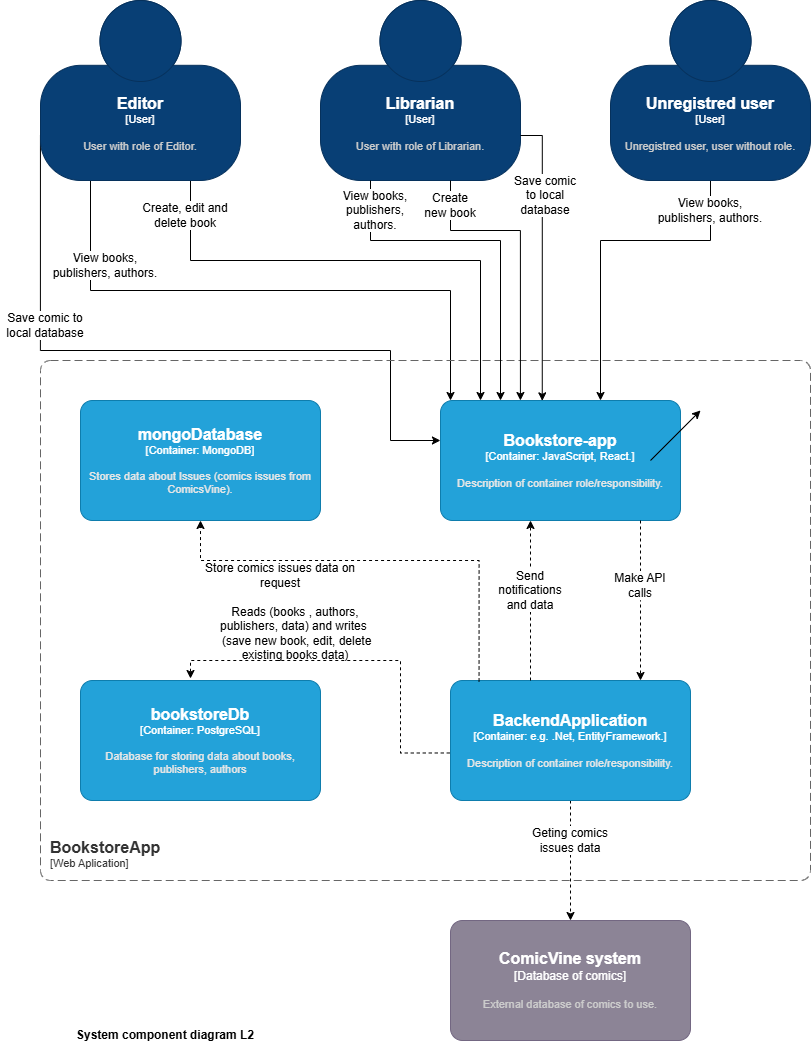
dejanjovelic/bookstore-assignment-backend keeps this draw.io diagram as BookstoreApplication/docs/BookstoreApp-L2.png. Above is the earlier version. Source tidied: cells renumbered, new cells last; positions are measured from the earlier drawing's top-left corner, leaving out a move shared by most shapes. Its diagram source:
```xml
<mxGraphModel>
  <root>
    <mxCell id="0" />
    <mxCell id="1" parent="0" />
    <mxCell id="2" style="edgeStyle=orthogonalEdgeStyle;rounded=0;jettySize=auto;html=1;exitX=0.25;exitY=1;exitDx=0;exitDy=0;exitPerimeter=0;" parent="1" edge="1" source="5">
      <mxGeometry relative="1" as="geometry">
        <mxPoint x="450" y="400" as="targetPoint" />
      </mxGeometry>
    </mxCell>
    <mxCell id="3" style="edgeStyle=orthogonalEdgeStyle;rounded=0;jettySize=auto;html=1;exitX=0.75;exitY=1;exitDx=0;exitDy=0;exitPerimeter=0;" parent="1" edge="1" source="5">
      <mxGeometry relative="1" as="geometry">
        <mxPoint x="480" y="400" as="targetPoint" />
        <Array as="points">
          <mxPoint x="190" y="260" />
          <mxPoint x="480" y="260" />
        </Array>
      </mxGeometry>
    </mxCell>
    <mxCell id="4" style="edgeStyle=orthogonalEdgeStyle;rounded=0;orthogonalLoop=1;jettySize=auto;html=1;exitX=0;exitY=0.75;exitDx=0;exitDy=0;exitPerimeter=0;" parent="1" edge="1">
      <mxGeometry relative="1" as="geometry">
        <mxPoint x="39.9" y="135" as="sourcePoint" />
        <mxPoint x="439.9" y="440" as="targetPoint" />
        <Array as="points">
          <mxPoint x="40" y="350" />
          <mxPoint x="390" y="350" />
          <mxPoint x="390" y="440" />
        </Array>
      </mxGeometry>
    </mxCell>
    <object id="5" label="&lt;font style=&quot;font-size: 16px&quot;&gt;&lt;b&gt;%c4Name%&lt;/b&gt;&lt;/font&gt;&lt;div&gt;[%c4Type%]&lt;/div&gt;&lt;br&gt;&lt;div&gt;&lt;font style=&quot;font-size: 11px&quot;&gt;&lt;font color=&quot;#cccccc&quot;&gt;%c4Description%&lt;/font&gt;&lt;/div&gt;" c4Description="User with role of Editor." c4Name="Editor" c4Type="User" placeholders="1">
      <mxCell style="html=1;fontSize=11;dashed=0;whiteSpace=wrap;fillColor=#083F75;strokeColor=#06315C;fontColor=#ffffff;shape=mxgraph.c4.person2;align=center;points=[[0.5,0,0],[1,0.5,0],[1,0.75,0],[0.75,1,0],[0.5,1,0],[0.25,1,0],[0,0.75,0],[0,0.5,0]];" parent="1" vertex="1">
        <mxGeometry x="40" width="200" height="180" as="geometry" />
      </mxCell>
    </object>
    <object id="6" label="&lt;font style=&quot;font-size: 16px&quot;&gt;&lt;b&gt;%c4Name%&lt;/b&gt;&lt;/font&gt;&lt;div&gt;[%c4Type%]&lt;/div&gt;&lt;br&gt;&lt;div&gt;&lt;font style=&quot;font-size: 11px&quot;&gt;&lt;font color=&quot;#cccccc&quot;&gt;%c4Description%&lt;/font&gt;&lt;/div&gt;" c4Description="User with role of Librarian." c4Name="Librarian" c4Type="User" placeholders="1">
      <mxCell style="html=1;fontSize=11;dashed=0;whiteSpace=wrap;fillColor=#083F75;strokeColor=#06315C;fontColor=#ffffff;shape=mxgraph.c4.person2;align=center;points=[[0.5,0,0],[1,0.5,0],[1,0.75,0],[0.75,1,0],[0.5,1,0],[0.25,1,0],[0,0.75,0],[0,0.5,0]];" parent="1" vertex="1">
        <mxGeometry x="320" width="200" height="180" as="geometry" />
      </mxCell>
    </object>
    <mxCell id="7" style="edgeStyle=orthogonalEdgeStyle;rounded=0;jettySize=auto;html=1;exitX=0.5;exitY=1;exitDx=0;exitDy=0;exitPerimeter=0;" parent="1" edge="1" source="8">
      <mxGeometry relative="1" as="geometry">
        <mxPoint x="600" y="400" as="targetPoint" />
        <Array as="points">
          <mxPoint x="710" y="240" />
          <mxPoint x="600" y="240" />
        </Array>
      </mxGeometry>
    </mxCell>
    <object id="8" label="&lt;font style=&quot;font-size: 16px&quot;&gt;&lt;b&gt;%c4Name%&lt;/b&gt;&lt;/font&gt;&lt;div&gt;[%c4Type%]&lt;/div&gt;&lt;br&gt;&lt;div&gt;&lt;font style=&quot;font-size: 11px&quot;&gt;&lt;font color=&quot;#cccccc&quot;&gt;%c4Description%&lt;/font&gt;&lt;/div&gt;" c4Description="Unregistred user, user without role." c4Name="Unregistred user" c4Type="User" placeholders="1">
      <mxCell style="html=1;fontSize=11;dashed=0;whiteSpace=wrap;fillColor=#083F75;strokeColor=#06315C;fontColor=#ffffff;shape=mxgraph.c4.person2;align=center;points=[[0.5,0,0],[1,0.5,0],[1,0.75,0],[0.75,1,0],[0.5,1,0],[0.25,1,0],[0,0.75,0],[0,0.5,0]];" parent="1" vertex="1">
        <mxGeometry x="610" width="200" height="180" as="geometry" />
      </mxCell>
    </object>
    <object id="9" label="&lt;font style=&quot;font-size: 16px&quot;&gt;&lt;b&gt;%c4Name%&lt;/b&gt;&lt;/font&gt;&lt;div&gt;[%c4Type%]&lt;/div&gt;&lt;br&gt;&lt;div&gt;&lt;font style=&quot;font-size: 11px&quot;&gt;&lt;font color=&quot;#cccccc&quot;&gt;%c4Description%&lt;/font&gt;&lt;/div&gt;" c4Description="External database of comics to use." c4Name="ComicVine system" c4Type="Database of comics" placeholders="1">
      <mxCell style="rounded=1;whiteSpace=wrap;html=1;labelBackgroundColor=none;fillColor=#8C8496;fontColor=#ffffff;align=center;arcSize=10;strokeColor=#736782;points=[[0.25,0,0],[0.5,0,0],[0.75,0,0],[1,0.25,0],[1,0.5,0],[1,0.75,0],[0.75,1,0],[0.5,1,0],[0.25,1,0],[0,0.75,0],[0,0.5,0],[0,0.25,0]];" parent="1" vertex="1">
        <mxGeometry x="450" y="920" width="240" height="120" as="geometry" />
      </mxCell>
    </object>
    <mxCell id="10" style="endArrow=classic;html=1;rounded=0;dashed=1;entryX=0.5;entryY=0;entryDx=0;entryDy=0;entryPerimeter=0;" parent="1" edge="1" source="13" target="9">
      <mxGeometry relative="1" as="geometry" />
    </mxCell>
    <mxCell id="11" value="&lt;b&gt;System component diagram L2&lt;/b&gt;" style="text;html=1;whiteSpace=wrap;strokeColor=none;fillColor=none;align=center;verticalAlign=middle;rounded=0;" parent="1" vertex="1">
      <mxGeometry x="20" y="1020" width="290" height="30" as="geometry" />
    </mxCell>
    <object id="12" label="&lt;font style=&quot;font-size: 16px&quot;&gt;&lt;b&gt;&lt;div style=&quot;text-align: left&quot;&gt;%c4Name%&lt;/div&gt;&lt;/b&gt;&lt;/font&gt;&lt;div style=&quot;text-align: left&quot;&gt;[%c4Application%]&lt;/div&gt;" c4Application="Web Aplication" c4Name="BookstoreApp" c4Type="L2 diagram" placeholders="1">
      <mxCell style="rounded=1;fontSize=11;whiteSpace=wrap;html=1;dashed=1;arcSize=20;fillColor=none;strokeColor=#666666;fontColor=#333333;labelBackgroundColor=none;align=left;verticalAlign=bottom;labelBorderColor=none;spacingTop=0;spacing=10;dashPattern=8 4;perimeter=rectanglePerimeter;noLabel=0;labelPadding=0;absoluteArcSize=1;" parent="1" vertex="1">
        <mxGeometry x="40" y="360" width="770" height="520" as="geometry" />
      </mxCell>
    </object>
    <object id="13" label="&lt;font style=&quot;font-size: 16px&quot;&gt;&lt;b&gt;%c4Name%&lt;/b&gt;&lt;/font&gt;&lt;div&gt;[%c4Type%: %c4Technology%]&lt;/div&gt;&lt;br&gt;&lt;div&gt;&lt;font style=&quot;font-size: 11px&quot;&gt;&lt;font color=&quot;#E6E6E6&quot;&gt;%c4Description%&lt;/font&gt;&lt;/div&gt;" c4Description="Description of container role/responsibility." c4Name="BackendApplication" c4Technology="e.g. .Net, EntityFramework." c4Type="Container" placeholders="1">
      <mxCell style="rounded=1;whiteSpace=wrap;html=1;fontSize=11;labelBackgroundColor=none;fillColor=#23A2D9;fontColor=#ffffff;align=center;arcSize=10;strokeColor=#0E7DAD;points=[[0.25,0,0],[0.5,0,0],[0.75,0,0],[1,0.25,0],[1,0.5,0],[1,0.75,0],[0.75,1,0],[0.5,1,0],[0.25,1,0],[0,0.75,0],[0,0.5,0],[0,0.25,0]];" parent="1" vertex="1">
        <mxGeometry x="450" y="680" width="240" height="120" as="geometry" />
      </mxCell>
    </object>
    <object id="14" label="&lt;font style=&quot;font-size: 16px&quot;&gt;&lt;b&gt;%c4Name%&lt;/b&gt;&lt;/font&gt;&lt;div&gt;[%c4Type%: %c4Technology%]&lt;/div&gt;&lt;br&gt;&lt;div&gt;&lt;font style=&quot;font-size: 11px&quot;&gt;&lt;font color=&quot;#E6E6E6&quot;&gt;%c4Description%&lt;/font&gt;&lt;/div&gt;" c4Description="Stores data about Issues (comics issues from ComicsVine)." c4Name="mongoDatabase" c4Technology="MongoDB" c4Type="Container" placeholders="1">
      <mxCell style="rounded=1;whiteSpace=wrap;html=1;fontSize=11;labelBackgroundColor=none;fillColor=#23A2D9;fontColor=#ffffff;align=center;arcSize=10;strokeColor=#0E7DAD;points=[[0.25,0,0],[0.5,0,0],[0.75,0,0],[1,0.25,0],[1,0.5,0],[1,0.75,0],[0.75,1,0],[0.5,1,0],[0.25,1,0],[0,0.75,0],[0,0.5,0],[0,0.25,0]];" parent="1" vertex="1">
        <mxGeometry x="80" y="400" width="240" height="120" as="geometry" />
      </mxCell>
    </object>
    <mxCell id="15" style="edgeStyle=orthogonalEdgeStyle;rounded=0;jettySize=auto;html=1;entryX=0.5;entryY=1;entryDx=0;entryDy=0;entryPerimeter=0;exitX=0.119;exitY=0.008;exitDx=0;exitDy=0;exitPerimeter=0;dashed=1;" parent="1" edge="1" source="13" target="14">
      <mxGeometry relative="1" as="geometry">
        <Array as="points">
          <mxPoint x="479" y="560" />
          <mxPoint x="200" y="560" />
        </Array>
      </mxGeometry>
    </mxCell>
    <mxCell id="16" style="edgeStyle=orthogonalEdgeStyle;rounded=0;jettySize=auto;html=1;entryX=0.009;entryY=0.596;entryDx=0;entryDy=0;entryPerimeter=0;exitX=-0.003;exitY=0.604;exitDx=0;exitDy=0;exitPerimeter=0;dashed=1;" parent="1" edge="1" source="13">
      <mxGeometry relative="1" as="geometry">
        <mxPoint x="190" y="678" as="targetPoint" />
        <Array as="points">
          <mxPoint x="400" y="752" />
          <mxPoint x="400" y="660" />
          <mxPoint x="190" y="660" />
        </Array>
      </mxGeometry>
    </mxCell>
    <object id="17" label="&lt;font style=&quot;font-size: 16px&quot;&gt;&lt;b&gt;%c4Name%&lt;/b&gt;&lt;/font&gt;&lt;div&gt;[%c4Type%: %c4Technology%]&lt;/div&gt;&lt;br&gt;&lt;div&gt;&lt;font style=&quot;font-size: 11px&quot;&gt;&lt;font color=&quot;#E6E6E6&quot;&gt;%c4Description%&lt;/font&gt;&lt;/div&gt;" c4Description="Database for storing data about books, publishers, authors " c4Name="bookstoreDb" c4Technology="PostgreSQL" c4Type="Container" placeholders="1">
      <mxCell style="rounded=1;whiteSpace=wrap;html=1;fontSize=11;labelBackgroundColor=none;fillColor=#23A2D9;fontColor=#ffffff;align=center;arcSize=10;strokeColor=#0E7DAD;" parent="1" vertex="1">
        <mxGeometry x="80" y="680" width="240" height="120" as="geometry" />
      </mxCell>
    </object>
    <object id="18" label="&lt;font style=&quot;font-size: 16px&quot;&gt;&lt;b&gt;%c4Name%&lt;/b&gt;&lt;/font&gt;&lt;div&gt;[%c4Type%: %c4Technology%]&lt;/div&gt;&lt;br&gt;&lt;div&gt;&lt;font style=&quot;font-size: 11px&quot;&gt;&lt;font color=&quot;#E6E6E6&quot;&gt;%c4Description%&lt;/font&gt;&lt;/div&gt;" c4Description="Description of container role/responsibility." c4Name="Bookstore-app" c4Technology="JavaScript, React." c4Type="Container" placeholders="1">
      <mxCell style="rounded=1;whiteSpace=wrap;html=1;fontSize=11;labelBackgroundColor=none;fillColor=#23A2D9;fontColor=#ffffff;align=center;arcSize=10;strokeColor=#0E7DAD;points=[[0.25,0,0],[0.5,0,0],[0.75,0,0],[1,0.25,0],[1,0.5,0],[1,0.75,0],[0.75,1,0],[0.5,1,0],[0.25,1,0],[0,0.75,0],[0,0.5,0],[0,0.25,0]];" parent="1" vertex="1">
        <mxGeometry x="440" y="400" width="240" height="120" as="geometry" />
      </mxCell>
    </object>
    <mxCell id="19" value="Store comics issues data on request" style="text;html=1;whiteSpace=wrap;strokeColor=none;fillColor=none;align=center;verticalAlign=middle;rounded=0;" parent="1" vertex="1">
      <mxGeometry x="200" y="560" width="160" height="30" as="geometry" />
    </mxCell>
    <mxCell id="20" value="Reads (books , authors, publishers, data) and writes&amp;nbsp;&lt;div&gt;&amp;nbsp;(save new book, edit, delete existing books data)&lt;/div&gt;" style="text;html=1;whiteSpace=wrap;strokeColor=none;fillColor=none;align=center;verticalAlign=middle;rounded=0;" parent="1" vertex="1">
      <mxGeometry x="200" y="605" width="190" height="55" as="geometry" />
    </mxCell>
    <mxCell id="21" value="Geting comics issues data" style="text;html=1;whiteSpace=wrap;strokeColor=none;fillColor=none;align=center;verticalAlign=middle;rounded=0;labelBackgroundColor=default;" parent="1" vertex="1">
      <mxGeometry x="520" y="820" width="100" height="40" as="geometry" />
    </mxCell>
    <mxCell id="22" style="endArrow=classic;html=1;rounded=0;" parent="1" edge="1">
      <mxGeometry relative="1" as="geometry">
        <mxPoint x="650" y="460" as="sourcePoint" />
        <mxPoint x="700" y="410" as="targetPoint" />
      </mxGeometry>
    </mxCell>
    <mxCell id="23" style="edgeStyle=orthogonalEdgeStyle;rounded=0;orthogonalLoop=1;jettySize=auto;html=1;" parent="1" edge="1">
      <mxGeometry relative="1" as="geometry">
        <mxPoint x="370" y="180" as="sourcePoint" />
        <mxPoint x="500" y="400" as="targetPoint" />
        <Array as="points">
          <mxPoint x="370" y="240" />
          <mxPoint x="500" y="240" />
          <mxPoint x="500" y="400" />
        </Array>
      </mxGeometry>
    </mxCell>
    <mxCell id="24" value="View books, publishers, authors." style="text;html=1;whiteSpace=wrap;align=center;verticalAlign=middle;rounded=0;labelBackgroundColor=default;" parent="1" vertex="1">
      <mxGeometry x="655" y="190" width="110" height="40" as="geometry" />
    </mxCell>
    <mxCell id="25" value="View books, publishers, authors." style="text;html=1;whiteSpace=wrap;align=center;verticalAlign=middle;rounded=0;labelBackgroundColor=default;" parent="1" vertex="1">
      <mxGeometry x="340" y="190" width="70" height="40" as="geometry" />
    </mxCell>
    <mxCell id="26" style="edgeStyle=orthogonalEdgeStyle;rounded=0;jettySize=auto;html=1;entryX=0.333;entryY=0;entryDx=0;entryDy=0;entryPerimeter=0;" parent="1" edge="1" source="6" target="18">
      <mxGeometry relative="1" as="geometry">
        <Array as="points">
          <mxPoint x="450" y="230" />
          <mxPoint x="520" y="230" />
        </Array>
      </mxGeometry>
    </mxCell>
    <mxCell id="27" style="endArrow=classic;html=1;rounded=0;dashed=1;" parent="1" edge="1">
      <mxGeometry relative="1" as="geometry">
        <mxPoint x="640" y="520" as="sourcePoint" />
        <mxPoint x="640" y="680" as="targetPoint" />
        <Array as="points">
          <mxPoint x="640" y="600" />
        </Array>
      </mxGeometry>
    </mxCell>
    <mxCell id="28" style="endArrow=classic;html=1;rounded=0;dashed=1;" parent="1" edge="1">
      <mxGeometry relative="1" as="geometry">
        <mxPoint x="530" y="680" as="sourcePoint" />
        <mxPoint x="530" y="520" as="targetPoint" />
        <Array as="points">
          <mxPoint x="530" y="600" />
        </Array>
      </mxGeometry>
    </mxCell>
    <mxCell id="29" value="Make API calls" style="text;html=1;whiteSpace=wrap;strokeColor=none;fillColor=none;align=center;verticalAlign=middle;rounded=0;labelBackgroundColor=default;" parent="1" vertex="1">
      <mxGeometry x="610" y="570" width="60" height="30" as="geometry" />
    </mxCell>
    <mxCell id="30" value="Send notifications and data" style="text;html=1;whiteSpace=wrap;strokeColor=none;fillColor=none;align=center;verticalAlign=middle;rounded=0;labelBackgroundColor=default;" parent="1" vertex="1">
      <mxGeometry x="500" y="575" width="60" height="30" as="geometry" />
    </mxCell>
    <mxCell id="31" style="edgeStyle=orthogonalEdgeStyle;rounded=0;jettySize=auto;html=1;exitX=1;exitY=0.75;exitDx=0;exitDy=0;exitPerimeter=0;entryX=0.424;entryY=0.003;entryDx=0;entryDy=0;entryPerimeter=0;" parent="1" edge="1" source="6" target="18">
      <mxGeometry relative="1" as="geometry">
        <Array as="points">
          <mxPoint x="542" y="135" />
        </Array>
      </mxGeometry>
    </mxCell>
    <mxCell id="32" value="Create new book" style="text;html=1;whiteSpace=wrap;strokeColor=none;fillColor=none;align=center;verticalAlign=middle;rounded=0;labelBackgroundColor=default;" parent="1" vertex="1">
      <mxGeometry x="420" y="190" width="60" height="30" as="geometry" />
    </mxCell>
    <mxCell id="33" value="&lt;span style=&quot;background-color: rgb(255, 255, 255);&quot;&gt;Save comic to local database&lt;/span&gt;" style="text;html=1;whiteSpace=wrap;strokeColor=none;fillColor=none;align=center;verticalAlign=middle;rounded=0;labelBackgroundColor=default;" parent="1" vertex="1">
      <mxGeometry x="510" y="180" width="70" height="30" as="geometry" />
    </mxCell>
    <mxCell id="34" value="View books, publishers, authors." style="text;html=1;whiteSpace=wrap;align=center;verticalAlign=middle;rounded=0;labelBackgroundColor=default;" parent="1" vertex="1">
      <mxGeometry x="50" y="250" width="110" height="30" as="geometry" />
    </mxCell>
    <mxCell id="35" value="Create, edit and delete book" style="text;html=1;whiteSpace=wrap;strokeColor=none;fillColor=none;align=center;verticalAlign=middle;rounded=0;labelBackgroundColor=default;" parent="1" vertex="1">
      <mxGeometry x="140" y="200" width="90" height="30" as="geometry" />
    </mxCell>
    <mxCell id="36" value="&lt;span style=&quot;background-color: rgb(255, 255, 255);&quot;&gt;Save comic to local database&lt;/span&gt;" style="text;html=1;whiteSpace=wrap;strokeColor=none;fillColor=none;align=center;verticalAlign=middle;rounded=0;labelBackgroundColor=default;" parent="1" vertex="1">
      <mxGeometry y="310" width="90" height="30" as="geometry" />
    </mxCell>
  </root>
</mxGraphModel>
```
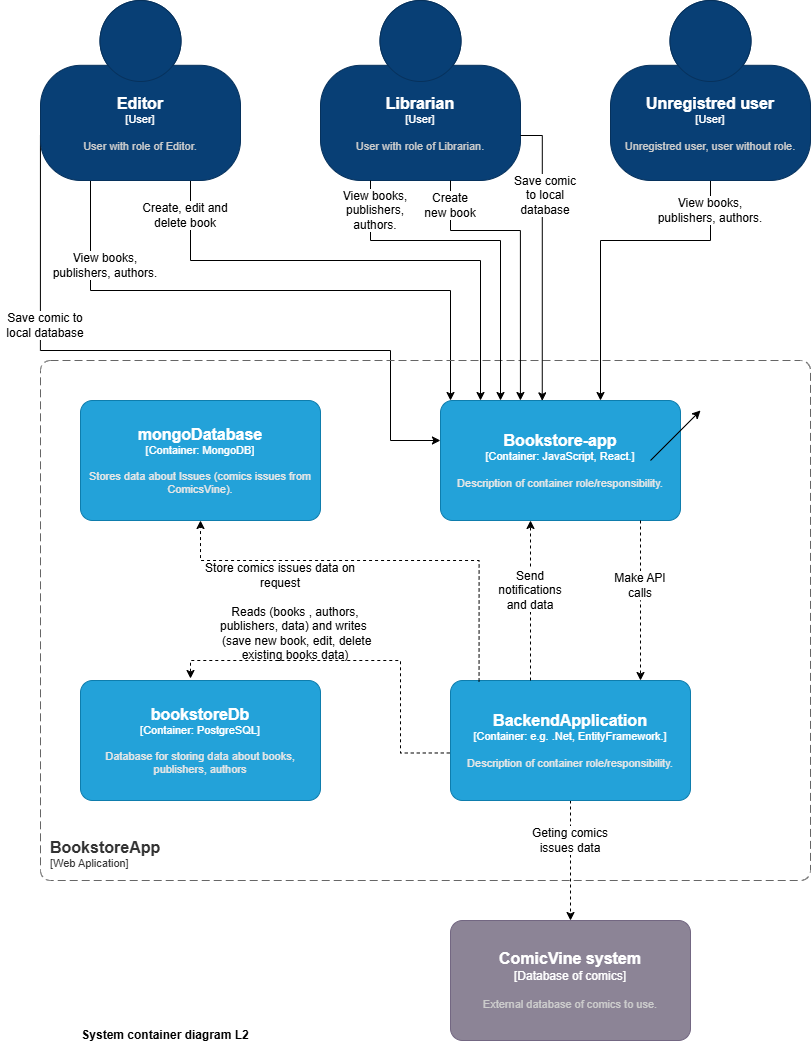
After the commit.

Commit message:
feat: dodat L3 dijagram.

What changed in the source:
```diff
@@ -59,7 +59,7 @@
     <mxCell id="10" style="endArrow=classic;html=1;rounded=0;dashed=1;entryX=0.5;entryY=0;entryDx=0;entryDy=0;entryPerimeter=0;" parent="1" edge="1" source="13" target="9">
       <mxGeometry relative="1" as="geometry" />
     </mxCell>
-    <mxCell id="11" value="&lt;b&gt;System component diagram L2&lt;/b&gt;" style="text;html=1;whiteSpace=wrap;strokeColor=none;fillColor=none;align=center;verticalAlign=middle;rounded=0;" parent="1" vertex="1">
+    <mxCell id="11" value="&lt;b&gt;System container diagram L2&lt;/b&gt;" style="text;html=1;whiteSpace=wrap;strokeColor=none;fillColor=none;align=center;verticalAlign=middle;rounded=0;" parent="1" vertex="1">
       <mxGeometry x="20" y="1020" width="290" height="30" as="geometry" />
     </mxCell>
     <object id="12" label="&lt;font style=&quot;font-size: 16px&quot;&gt;&lt;b&gt;&lt;div style=&quot;text-align: left&quot;&gt;%c4Name%&lt;/div&gt;&lt;/b&gt;&lt;/font&gt;&lt;div style=&quot;text-align: left&quot;&gt;[%c4Application%]&lt;/div&gt;" c4Application="Web Aplication" c4Name="BookstoreApp" c4Type="L2 diagram" placeholders="1">
```
